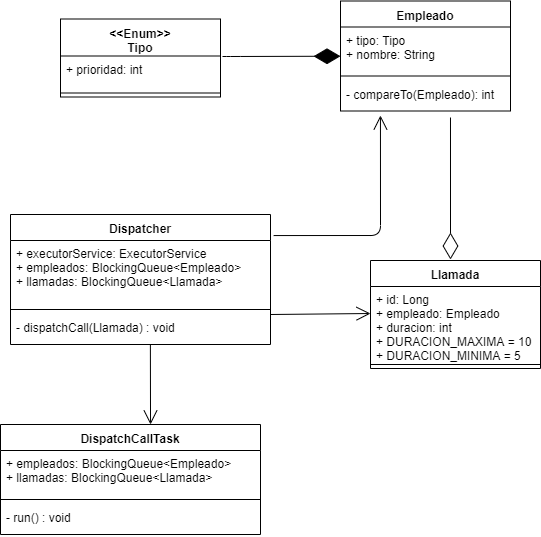
Before: doc/Callcenter.png, a diagram exported from draw.io (mdeciervo/callcenter). Source tidied: cells renumbered, new cells last; positions are measured from the earlier drawing's top-left corner, leaving out a move shared by most shapes. Source of this version:
```xml
<mxGraphModel background="#ffffff">
  <root>
    <mxCell id="0" />
    <mxCell id="1" parent="0" />
    <mxCell id="2" value="Empleado&#10;" style="swimlane;fontStyle=1;align=center;verticalAlign=top;horizontal=1;startSize=26;" parent="1" vertex="1">
      <mxGeometry x="340" y="0.5" width="170" height="110" as="geometry" />
    </mxCell>
    <mxCell id="3" value="+ tipo: Tipo&#10;+ nombre: String&#10;" style="text;strokeColor=none;fillColor=none;align=left;verticalAlign=top;spacingLeft=4;spacingRight=4;overflow=hidden;" parent="2" vertex="1">
      <mxGeometry y="26" width="170" height="44" as="geometry" />
    </mxCell>
    <mxCell id="4" style="line;strokeWidth=1;fillColor=none;align=left;verticalAlign=middle;spacingTop=-1;spacingLeft=3;spacingRight=3;labelPosition=right;" parent="2" vertex="1">
      <mxGeometry y="70" width="170" height="10" as="geometry" />
    </mxCell>
    <mxCell id="5" value="- compareTo(Empleado): int&#10;" style="text;strokeColor=none;fillColor=none;align=left;verticalAlign=top;spacingLeft=4;spacingRight=4;overflow=hidden;points=[[0,0.5],[1,0.5]];portConstraint=eastwest;" parent="2" vertex="1">
      <mxGeometry y="80" width="170" height="30" as="geometry" />
    </mxCell>
    <mxCell id="6" value="Llamada" style="swimlane;fontStyle=1;align=center;verticalAlign=top;horizontal=1;startSize=26;" parent="1" vertex="1">
      <mxGeometry x="370" y="260" width="170" height="108" as="geometry" />
    </mxCell>
    <mxCell id="7" style="endArrow=diamondThin;endFill=0;endSize=24;html=1;exitX=0.647;exitY=1.217;exitPerimeter=0;" parent="6" edge="1" source="5">
      <mxGeometry relative="1" as="geometry">
        <mxPoint x="80" y="-1" as="targetPoint" />
      </mxGeometry>
    </mxCell>
    <mxCell id="8" value="+ id: Long&#10;+ empleado: Empleado&#10;+ duracion: int&#10;+ DURACION_MAXIMA = 10&#10;+ DURACION_MINIMA = 5&#10;" style="text;strokeColor=none;fillColor=none;align=left;verticalAlign=top;spacingLeft=4;spacingRight=4;overflow=hidden;points=[[0,0.5],[1,0.5]];portConstraint=eastwest;" parent="6" vertex="1">
      <mxGeometry y="26" width="170" height="74" as="geometry" />
    </mxCell>
    <mxCell id="9" style="line;strokeWidth=1;fillColor=none;align=left;verticalAlign=middle;spacingTop=-1;spacingLeft=3;spacingRight=3;labelPosition=right;" parent="6" vertex="1">
      <mxGeometry y="100" width="170" height="8" as="geometry" />
    </mxCell>
    <mxCell id="10" value="Dispatcher&#10;" style="swimlane;fontStyle=1;align=center;verticalAlign=top;horizontal=1;startSize=26;" parent="1" vertex="1">
      <mxGeometry x="10" y="214" width="260" height="130" as="geometry" />
    </mxCell>
    <mxCell id="11" value="+ executorService: ExecutorService&#10;+ empleados: BlockingQueue&lt;Empleado&gt;&#10;+ llamadas: BlockingQueue&lt;Llamada&gt;&#10;" style="text;strokeColor=none;fillColor=none;align=left;verticalAlign=top;spacingLeft=4;spacingRight=4;overflow=hidden;" parent="10" vertex="1">
      <mxGeometry y="26" width="260" height="64" as="geometry" />
    </mxCell>
    <mxCell id="12" style="line;strokeWidth=1;fillColor=none;align=left;verticalAlign=middle;spacingTop=-1;spacingLeft=3;spacingRight=3;labelPosition=right;" parent="10" vertex="1">
      <mxGeometry y="90" width="260" height="10" as="geometry" />
    </mxCell>
    <mxCell id="13" value="- dispatchCall(Llamada) : void &#10;" style="text;strokeColor=none;fillColor=none;align=left;verticalAlign=top;spacingLeft=4;spacingRight=4;overflow=hidden;points=[[0,0.5],[1,0.5]];portConstraint=eastwest;" parent="10" vertex="1">
      <mxGeometry y="100" width="260" height="30" as="geometry" />
    </mxCell>
    <mxCell id="14" value="&lt;&lt;Enum&gt;&gt;&#10;Tipo&#10;" style="swimlane;fontStyle=1;align=center;verticalAlign=top;horizontal=1;startSize=37;" parent="1" vertex="1">
      <mxGeometry x="60" y="18.5" width="160" height="78" as="geometry" />
    </mxCell>
    <mxCell id="15" value="+ prioridad: int&#10;" style="text;strokeColor=none;fillColor=none;align=left;verticalAlign=top;spacingLeft=4;spacingRight=4;overflow=hidden;" parent="14" vertex="1">
      <mxGeometry y="37" width="160" height="33" as="geometry" />
    </mxCell>
    <mxCell id="16" style="line;strokeWidth=1;fillColor=none;align=left;verticalAlign=middle;spacingTop=-1;spacingLeft=3;spacingRight=3;labelPosition=right;" parent="14" vertex="1">
      <mxGeometry y="70" width="160" height="8" as="geometry" />
    </mxCell>
    <mxCell id="17" value="DispatchCallTask&#10;" style="swimlane;fontStyle=1;align=center;verticalAlign=top;horizontal=1;startSize=26;" parent="1" vertex="1">
      <mxGeometry y="424" width="260" height="110" as="geometry" />
    </mxCell>
    <mxCell id="18" value="+ empleados: BlockingQueue&lt;Empleado&gt;&#10;+ llamadas: BlockingQueue&lt;Llamada&gt;&#10;" style="text;strokeColor=none;fillColor=none;align=left;verticalAlign=top;spacingLeft=4;spacingRight=4;overflow=hidden;" parent="17" vertex="1">
      <mxGeometry y="26" width="260" height="44" as="geometry" />
    </mxCell>
    <mxCell id="19" style="line;strokeWidth=1;fillColor=none;align=left;verticalAlign=middle;spacingTop=-1;spacingLeft=3;spacingRight=3;labelPosition=right;" parent="17" vertex="1">
      <mxGeometry y="70" width="260" height="10" as="geometry" />
    </mxCell>
    <mxCell id="20" value="- run() : void &#10;" style="text;strokeColor=none;fillColor=none;align=left;verticalAlign=top;spacingLeft=4;spacingRight=4;overflow=hidden;" parent="17" vertex="1">
      <mxGeometry y="80" width="260" height="30" as="geometry" />
    </mxCell>
    <mxCell id="21" style="endArrow=open;endFill=1;endSize=12;html=1;entryX=0.235;entryY=1.15;entryPerimeter=0;exitX=1.012;exitY=0.162;exitPerimeter=0;" parent="1" edge="1" source="10" target="5">
      <mxGeometry relative="1" as="geometry">
        <Array as="points">
          <mxPoint x="380" y="235" />
        </Array>
      </mxGeometry>
    </mxCell>
    <mxCell id="22" style="endArrow=diamondThin;endFill=1;endSize=24;html=1;" parent="1" edge="1" target="2">
      <mxGeometry relative="1" as="geometry">
        <mxPoint x="222" y="56" as="sourcePoint" />
        <Array as="points">
          <mxPoint x="230" y="56" />
        </Array>
      </mxGeometry>
    </mxCell>
    <mxCell id="23" style="endArrow=open;endFill=1;endSize=12;html=1;entryX=0;entryY=0.365;entryPerimeter=0;" parent="1" edge="1" target="8">
      <mxGeometry relative="1" as="geometry">
        <mxPoint x="270" y="314" as="sourcePoint" />
      </mxGeometry>
    </mxCell>
    <mxCell id="24" style="endArrow=open;endFill=1;endSize=12;html=1;entryX=0.577;entryY=0;entryPerimeter=0;exitX=0.538;exitY=1;exitPerimeter=0;" parent="1" edge="1" source="13" target="17">
      <mxGeometry relative="1" as="geometry" />
    </mxCell>
  </root>
</mxGraphModel>
```
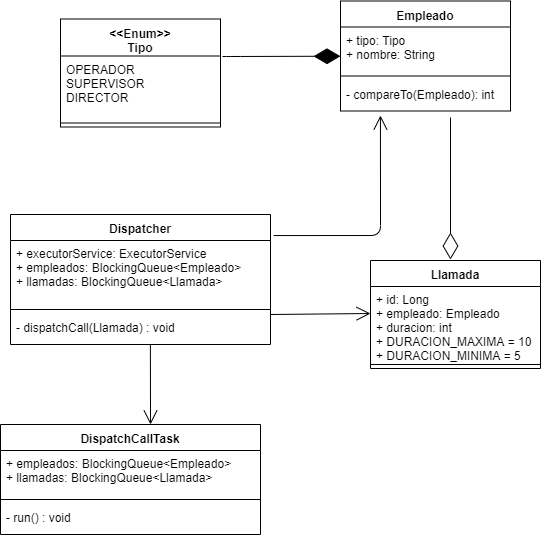
After the change.

Diff of the diagram source:
```diff
@@ -41,13 +41,13 @@
       <mxGeometry y="100" width="260" height="30" as="geometry" />
     </mxCell>
     <mxCell id="14" value="&lt;&lt;Enum&gt;&gt;&#10;Tipo&#10;" style="swimlane;fontStyle=1;align=center;verticalAlign=top;horizontal=1;startSize=37;" parent="1" vertex="1">
-      <mxGeometry x="60" y="18.5" width="160" height="78" as="geometry" />
+      <mxGeometry x="60" y="18.5" width="160" height="108" as="geometry" />
     </mxCell>
-    <mxCell id="15" value="+ prioridad: int&#10;" style="text;strokeColor=none;fillColor=none;align=left;verticalAlign=top;spacingLeft=4;spacingRight=4;overflow=hidden;" parent="14" vertex="1">
-      <mxGeometry y="37" width="160" height="33" as="geometry" />
+    <mxCell id="15" value="OPERADOR&#10;SUPERVISOR&#10;DIRECTOR" style="text;strokeColor=none;fillColor=none;align=left;verticalAlign=top;spacingLeft=4;spacingRight=4;overflow=hidden;" parent="14" vertex="1">
+      <mxGeometry y="37" width="160" height="63" as="geometry" />
     </mxCell>
     <mxCell id="16" style="line;strokeWidth=1;fillColor=none;align=left;verticalAlign=middle;spacingTop=-1;spacingLeft=3;spacingRight=3;labelPosition=right;" parent="14" vertex="1">
-      <mxGeometry y="70" width="160" height="8" as="geometry" />
+      <mxGeometry y="100" width="160" height="8" as="geometry" />
     </mxCell>
     <mxCell id="17" value="DispatchCallTask&#10;" style="swimlane;fontStyle=1;align=center;verticalAlign=top;horizontal=1;startSize=26;" parent="1" vertex="1">
       <mxGeometry y="424" width="260" height="110" as="geometry" />
```
